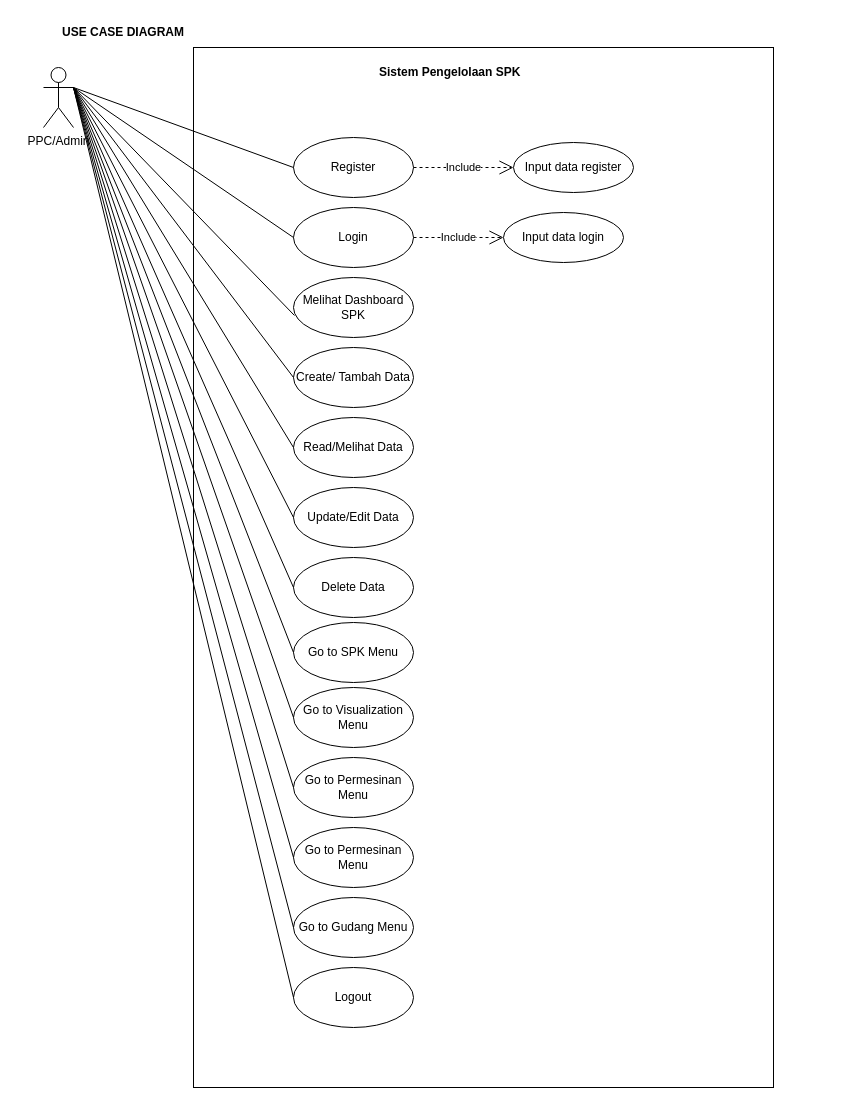
This is Untitled Diagram.drawio from rdhst/ERD-Draw-IO, a draw.io file, before an edit. Source tidied: cells renumbered, new cells numbered last; positions are measured from the earlier drawing's top-left corner, leaving out a move shared by most shapes. Both pictures are drawn from the tidied source at 100%, with x=0, y=0 at pixel (43, 17).
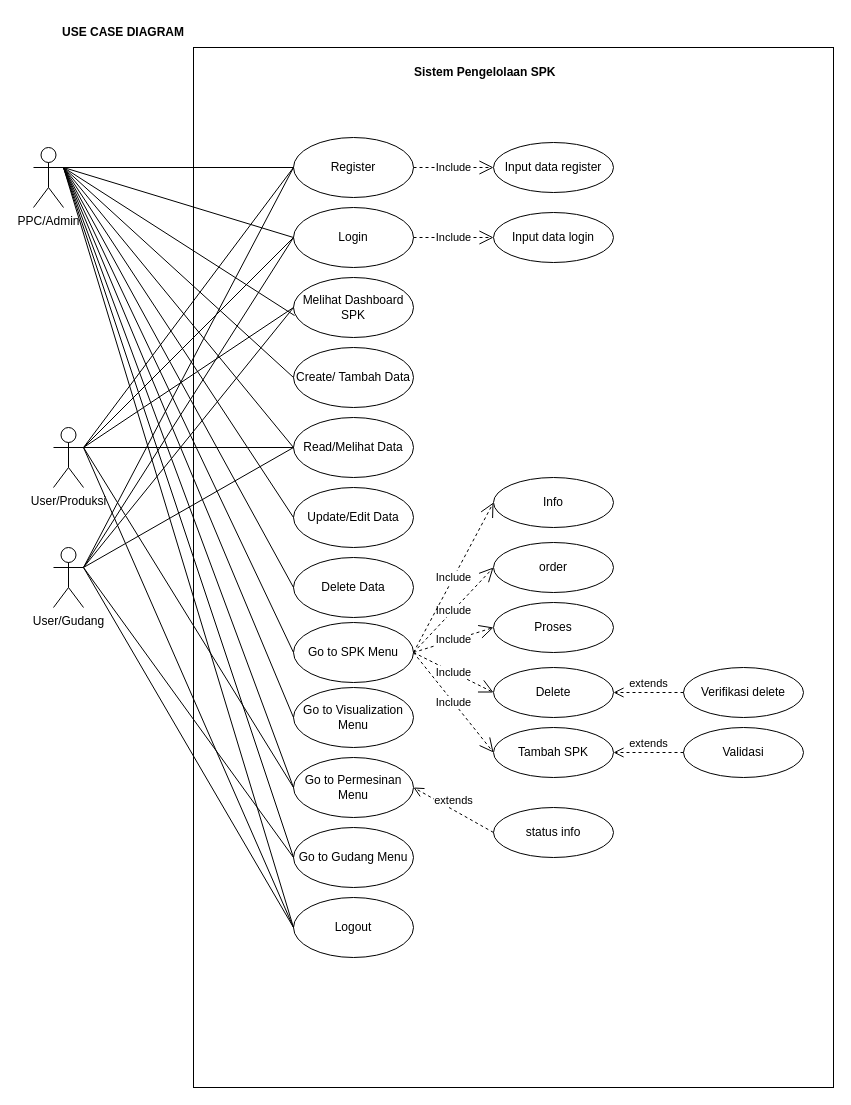
The same page after the edit.

The change refers to these unchanged cells:
```xml
<mxCell id="6" value="Login" style="ellipse;whiteSpace=wrap;html=1;" parent="1" vertex="1">
  <mxGeometry x="250" y="190" width="120" height="60" as="geometry" />
</mxCell>
<mxCell id="8" value="Register" style="ellipse;whiteSpace=wrap;html=1;" parent="1" vertex="1">
  <mxGeometry x="250" y="120" width="120" height="60" as="geometry" />
</mxCell>
<mxCell id="9" value="Melihat Dashboard SPK" style="ellipse;whiteSpace=wrap;html=1;" parent="1" vertex="1">
  <mxGeometry x="250" y="260" width="120" height="60" as="geometry" />
</mxCell>
<mxCell id="12" value="Read/Melihat Data" style="ellipse;whiteSpace=wrap;html=1;" parent="1" vertex="1">
  <mxGeometry x="250" y="400" width="120" height="60" as="geometry" />
</mxCell>
<mxCell id="15" value="Go to SPK Menu" style="ellipse;whiteSpace=wrap;html=1;" parent="1" vertex="1">
  <mxGeometry x="250" y="605" width="120" height="60" as="geometry" />
</mxCell>
```

Diff of the diagram source:
```diff
@@
     <mxCell id="2" style="rounded=0;whiteSpace=wrap;html=1;" parent="1" vertex="1">
-      <mxGeometry x="150" y="30" width="580" height="1040" as="geometry" />
+      <mxGeometry x="150" y="30" width="640" height="1040" as="geometry" />
     </mxCell>
@@
     <mxCell id="4" value="PPC/Admin" style="shape=umlActor;verticalLabelPosition=bottom;verticalAlign=top;html=1;outlineConnect=0;" parent="1" vertex="1">
-      <mxGeometry y="50" width="30" height="60" as="geometry" />
+      <mxGeometry x="-10" y="130" width="30" height="60" as="geometry" />
     </mxCell>
     <mxCell id="5" value="&amp;nbsp;Sistem Pengelolaan SPK" style="text;html=1;align=center;verticalAlign=middle;whiteSpace=wrap;rounded=0;fontStyle=1;" parent="1" vertex="1">
-      <mxGeometry x="315" y="40" width="180" height="30" as="geometry" />
+      <mxGeometry x="350" y="40" width="180" height="30" as="geometry" />
     </mxCell>
@@
     <mxCell id="7" value="Input data login" style="ellipse;whiteSpace=wrap;html=1;" parent="1" vertex="1">
-      <mxGeometry x="460" y="195" width="120" height="50" as="geometry" />
+      <mxGeometry x="450" y="195" width="120" height="50" as="geometry" />
     </mxCell>
@@
     <mxCell id="11" value="Logout" style="ellipse;whiteSpace=wrap;html=1;" parent="1" vertex="1">
-      <mxGeometry x="250" y="950" width="120" height="60" as="geometry" />
+      <mxGeometry x="250" y="880" width="120" height="60" as="geometry" />
     </mxCell>
@@
-    <mxCell id="17" value="Go to Permesinan Menu" style="ellipse;whiteSpace=wrap;html=1;" parent="1" vertex="1">
-      <mxGeometry x="250" y="740" width="120" height="60" as="geometry" />
-    </mxCell>
     <mxCell id="18" value="Go to Permesinan Menu" style="ellipse;whiteSpace=wrap;html=1;" parent="1" vertex="1">
-      <mxGeometry x="250" y="810" width="120" height="60" as="geometry" />
+      <mxGeometry x="250" y="740" width="120" height="60" as="geometry" />
     </mxCell>
     <mxCell id="19" value="Go to Gudang Menu" style="ellipse;whiteSpace=wrap;html=1;" parent="1" vertex="1">
-      <mxGeometry x="250" y="880" width="120" height="60" as="geometry" />
+      <mxGeometry x="250" y="810" width="120" height="60" as="geometry" />
     </mxCell>
     <mxCell id="20" value="Input data register" style="ellipse;whiteSpace=wrap;html=1;" parent="1" vertex="1">
-      <mxGeometry x="470" y="125" width="120" height="50" as="geometry" />
+      <mxGeometry x="450" y="125" width="120" height="50" as="geometry" />
     </mxCell>
@@
-    <mxCell id="30" style="endArrow=none;html=1;rounded=0;exitX=1;exitY=0.3333333333333333;exitDx=0;exitDy=0;exitPerimeter=0;entryX=0;entryY=0.5;entryDx=0;entryDy=0;" parent="1" edge="1" source="4" target="17">
-      <mxGeometry relative="1" as="geometry" />
-    </mxCell>
@@
+    <mxCell id="36" value="User/Produksi" style="shape=umlActor;verticalLabelPosition=bottom;verticalAlign=top;html=1;" parent="1" vertex="1">
+      <mxGeometry x="10" y="410" width="30" height="60" as="geometry" />
+    </mxCell>
+    <mxCell id="37" style="endArrow=none;html=1;rounded=0;exitX=1;exitY=0.3333333333333333;exitDx=0;exitDy=0;exitPerimeter=0;entryX=0;entryY=0.5;entryDx=0;entryDy=0;" parent="1" edge="1" source="36" target="11">
+      <mxGeometry relative="1" as="geometry" />
+    </mxCell>
+    <mxCell id="38" style="endArrow=none;html=1;rounded=0;exitX=1;exitY=0.3333333333333333;exitDx=0;exitDy=0;exitPerimeter=0;entryX=0;entryY=0.5;entryDx=0;entryDy=0;" parent="1" edge="1" source="36" target="18">
+      <mxGeometry relative="1" as="geometry" />
+    </mxCell>
+    <mxCell id="39" style="endArrow=none;html=1;rounded=0;exitX=1;exitY=0.3333333333333333;exitDx=0;exitDy=0;exitPerimeter=0;entryX=0;entryY=0.5;entryDx=0;entryDy=0;" parent="1" edge="1" source="36" target="12">
+      <mxGeometry relative="1" as="geometry" />
+    </mxCell>
+    <mxCell id="40" style="endArrow=none;html=1;rounded=0;exitX=1;exitY=0.3333333333333333;exitDx=0;exitDy=0;exitPerimeter=0;entryX=0;entryY=0.5;entryDx=0;entryDy=0;" parent="1" edge="1" source="36" target="9">
+      <mxGeometry relative="1" as="geometry" />
+    </mxCell>
+    <mxCell id="41" style="endArrow=none;html=1;rounded=0;entryX=0;entryY=0.5;entryDx=0;entryDy=0;exitX=1;exitY=0.3333333333333333;exitDx=0;exitDy=0;exitPerimeter=0;" parent="1" edge="1" source="36" target="6">
+      <mxGeometry relative="1" as="geometry" />
+    </mxCell>
+    <mxCell id="42" style="endArrow=none;html=1;rounded=0;entryX=0;entryY=0.5;entryDx=0;entryDy=0;exitX=1;exitY=0.3333333333333333;exitDx=0;exitDy=0;exitPerimeter=0;" parent="1" edge="1" source="36" target="8">
+      <mxGeometry relative="1" as="geometry" />
+    </mxCell>
+    <mxCell id="43" value="User/Gudang" style="shape=umlActor;verticalLabelPosition=bottom;verticalAlign=top;html=1;" parent="1" vertex="1">
+      <mxGeometry x="10" y="530" width="30" height="60" as="geometry" />
+    </mxCell>
+    <mxCell id="44" style="endArrow=none;html=1;rounded=0;exitX=1;exitY=0.3333333333333333;exitDx=0;exitDy=0;exitPerimeter=0;entryX=0;entryY=0.5;entryDx=0;entryDy=0;" parent="1" edge="1" source="43" target="12">
+      <mxGeometry relative="1" as="geometry" />
+    </mxCell>
+    <mxCell id="45" style="endArrow=none;html=1;rounded=0;exitX=1;exitY=0.3333333333333333;exitDx=0;exitDy=0;exitPerimeter=0;entryX=0;entryY=0.5;entryDx=0;entryDy=0;" parent="1" edge="1" source="43" target="19">
+      <mxGeometry relative="1" as="geometry" />
+    </mxCell>
+    <mxCell id="46" style="endArrow=none;html=1;rounded=0;exitX=1;exitY=0.3333333333333333;exitDx=0;exitDy=0;exitPerimeter=0;entryX=0;entryY=0.5;entryDx=0;entryDy=0;" parent="1" edge="1" source="43" target="11">
+      <mxGeometry relative="1" as="geometry" />
+    </mxCell>
+    <mxCell id="47" style="endArrow=none;html=1;rounded=0;exitX=1;exitY=0.3333333333333333;exitDx=0;exitDy=0;exitPerimeter=0;entryX=0;entryY=0.5;entryDx=0;entryDy=0;" parent="1" edge="1" source="43" target="9">
+      <mxGeometry relative="1" as="geometry" />
+    </mxCell>
+    <mxCell id="48" style="endArrow=none;html=1;rounded=0;exitX=1;exitY=0.3333333333333333;exitDx=0;exitDy=0;exitPerimeter=0;entryX=0;entryY=0.5;entryDx=0;entryDy=0;" parent="1" edge="1" source="43" target="6">
+      <mxGeometry relative="1" as="geometry" />
+    </mxCell>
+    <mxCell id="49" style="endArrow=none;html=1;rounded=0;exitX=1;exitY=0.3333333333333333;exitDx=0;exitDy=0;exitPerimeter=0;entryX=0;entryY=0.5;entryDx=0;entryDy=0;" parent="1" edge="1" source="43" target="8">
+      <mxGeometry relative="1" as="geometry" />
+    </mxCell>
+    <mxCell id="50" value="order" style="ellipse;whiteSpace=wrap;html=1;" parent="1" vertex="1">
+      <mxGeometry x="450" y="525" width="120" height="50" as="geometry" />
+    </mxCell>
+    <mxCell id="51" value="Include" style="endArrow=open;endSize=12;dashed=1;html=1;rounded=0;exitX=1;exitY=0.5;exitDx=0;exitDy=0;entryX=0;entryY=0.5;entryDx=0;entryDy=0;" parent="1" edge="1" target="50">
+      <mxGeometry relative="1" as="geometry">
+        <mxPoint x="370" y="635" as="sourcePoint" />
+      </mxGeometry>
+    </mxCell>
+    <mxCell id="52" value="Proses" style="ellipse;whiteSpace=wrap;html=1;" parent="1" vertex="1">
+      <mxGeometry x="450" y="585" width="120" height="50" as="geometry" />
+    </mxCell>
+    <mxCell id="53" value="Include" style="endArrow=open;endSize=12;dashed=1;html=1;rounded=0;exitX=1;exitY=0.5;exitDx=0;exitDy=0;entryX=0;entryY=0.5;entryDx=0;entryDy=0;" parent="1" edge="1" source="15" target="52">
+      <mxGeometry relative="1" as="geometry" />
+    </mxCell>
+    <mxCell id="54" value="Info" style="ellipse;whiteSpace=wrap;html=1;" parent="1" vertex="1">
+      <mxGeometry x="450" y="460" width="120" height="50" as="geometry" />
+    </mxCell>
+    <mxCell id="55" value="Include" style="endArrow=open;endSize=12;dashed=1;html=1;rounded=0;exitX=1;exitY=0.5;exitDx=0;exitDy=0;entryX=0;entryY=0.5;entryDx=0;entryDy=0;" parent="1" edge="1" source="15" target="54">
+      <mxGeometry relative="1" as="geometry" />
+    </mxCell>
+    <mxCell id="56" value="Delete" style="ellipse;whiteSpace=wrap;html=1;" parent="1" vertex="1">
+      <mxGeometry x="450" y="650" width="120" height="50" as="geometry" />
+    </mxCell>
+    <mxCell id="57" value="Include" style="endArrow=open;endSize=12;dashed=1;html=1;rounded=0;exitX=1;exitY=0.5;exitDx=0;exitDy=0;entryX=0;entryY=0.5;entryDx=0;entryDy=0;" parent="1" edge="1" source="15" target="56">
+      <mxGeometry relative="1" as="geometry" />
+    </mxCell>
+    <mxCell id="58" value="Tambah SPK" style="ellipse;whiteSpace=wrap;html=1;" parent="1" vertex="1">
+      <mxGeometry x="450" y="710" width="120" height="50" as="geometry" />
+    </mxCell>
+    <mxCell id="59" value="Include" style="endArrow=open;endSize=12;dashed=1;html=1;rounded=0;exitX=1;exitY=0.5;exitDx=0;exitDy=0;entryX=0;entryY=0.5;entryDx=0;entryDy=0;" parent="1" edge="1" source="15" target="58">
+      <mxGeometry relative="1" as="geometry" />
+    </mxCell>
+    <mxCell id="60" value="Validasi" style="ellipse;whiteSpace=wrap;html=1;" parent="1" vertex="1">
+      <mxGeometry x="640" y="710" width="120" height="50" as="geometry" />
+    </mxCell>
+    <mxCell id="61" value="extends" style="html=1;verticalAlign=bottom;endArrow=open;dashed=1;endSize=8;curved=0;rounded=0;entryX=1;entryY=0.5;entryDx=0;entryDy=0;exitX=0;exitY=0.5;exitDx=0;exitDy=0;" parent="1" edge="1" source="60" target="58">
+      <mxGeometry relative="1" as="geometry" />
+    </mxCell>
+    <mxCell id="62" value="status info" style="ellipse;whiteSpace=wrap;html=1;" parent="1" vertex="1">
+      <mxGeometry x="450" y="790" width="120" height="50" as="geometry" />
+    </mxCell>
+    <mxCell id="63" value="extends" style="html=1;verticalAlign=bottom;endArrow=open;dashed=1;endSize=8;curved=0;rounded=0;entryX=1;entryY=0.5;entryDx=0;entryDy=0;exitX=0;exitY=0.5;exitDx=0;exitDy=0;" parent="1" edge="1" source="62" target="18">
+      <mxGeometry relative="1" as="geometry" />
+    </mxCell>
+    <mxCell id="64" value="Verifikasi delete" style="ellipse;whiteSpace=wrap;html=1;" parent="1" vertex="1">
+      <mxGeometry x="640" y="650" width="120" height="50" as="geometry" />
+    </mxCell>
+    <mxCell id="65" value="extends" style="html=1;verticalAlign=bottom;endArrow=open;dashed=1;endSize=8;curved=0;rounded=0;entryX=1;entryY=0.5;entryDx=0;entryDy=0;exitX=0;exitY=0.5;exitDx=0;exitDy=0;" parent="1" edge="1" source="64" target="56">
+      <mxGeometry relative="1" as="geometry" />
+    </mxCell>
```
